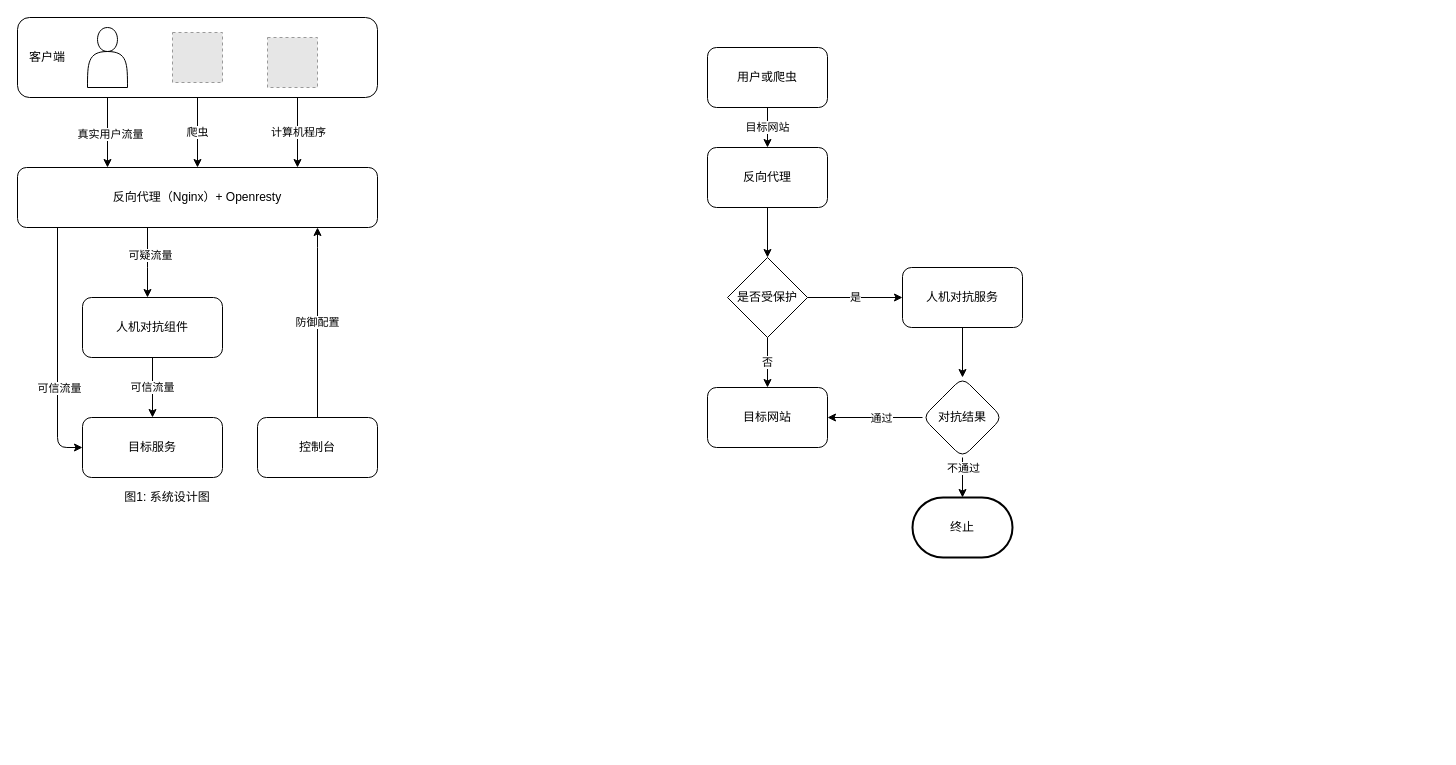
The draw.io diagram page "第 2 页" (2 of 2) of 未命名绘图.drawio in luxiao/luxiao, before the edit. Source tidied: cells renumbered, new cells numbered last; positions are measured from the earlier drawing's top-left corner, leaving out a move shared by most shapes. Both pictures are drawn from the tidied source at 100%, with x=0, y=0 at pixel (17, 17). Pictures stored in the file or linked from it are replaced by grey dashed boxes.
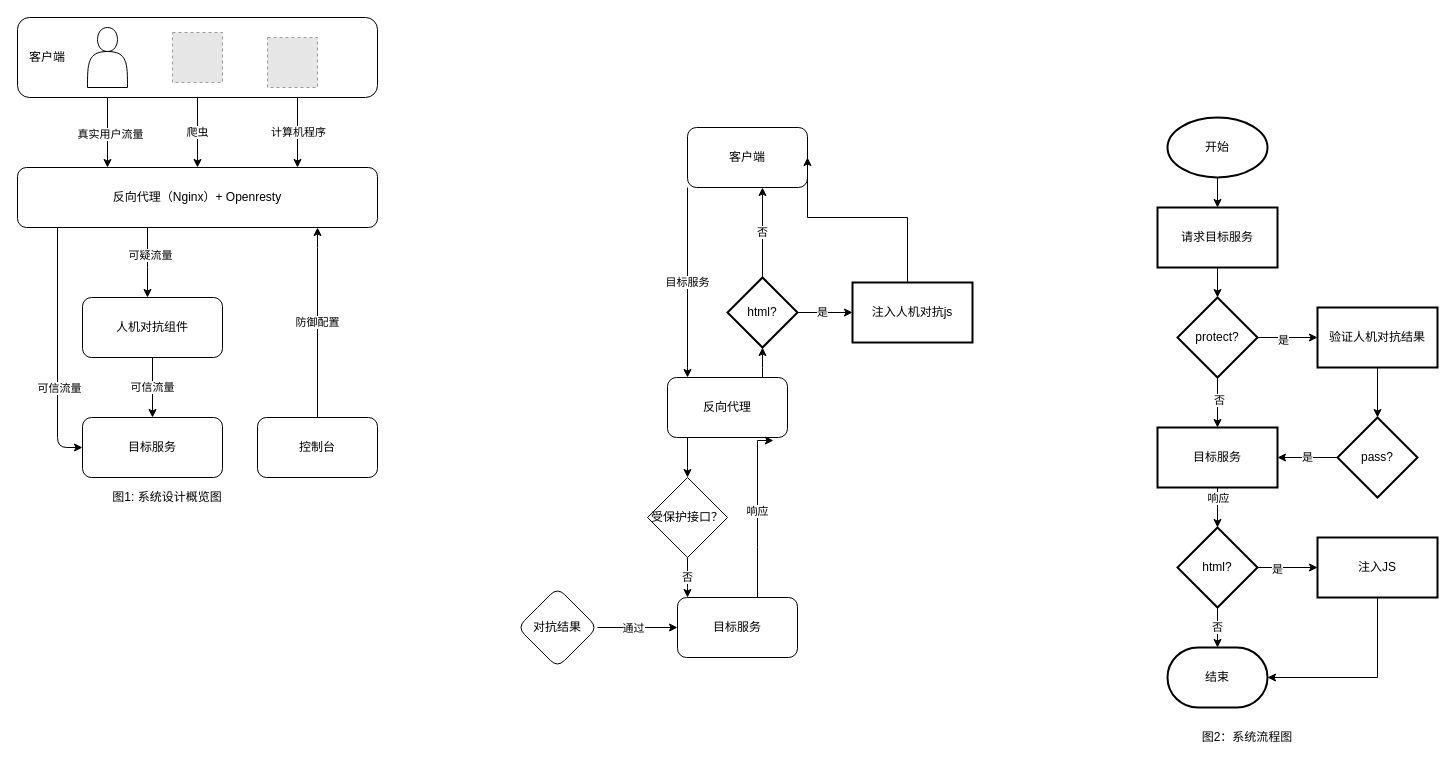
The same diagram, later.

Commit message:
更新未命名绘图.drawio

The edit, as a diff of the source:
```diff
@@
-    <mxCell id="22" value="图1: 系统设计图" style="text;html=1;strokeColor=none;fillColor=none;align=center;verticalAlign=middle;whiteSpace=wrap;rounded=0;" parent="1" vertex="1">
+    <mxCell id="22" value="图1: 系统设计概览图" style="text;html=1;strokeColor=none;fillColor=none;align=center;verticalAlign=middle;whiteSpace=wrap;rounded=0;" parent="1" vertex="1">
       <mxGeometry x="65" y="470" width="170" height="20" as="geometry" />
     </mxCell>
     <mxCell id="23" style="edgeStyle=orthogonalEdgeStyle;rounded=0;jettySize=auto;html=1;" parent="1" edge="1" source="24" target="28">
-      <mxGeometry relative="1" as="geometry" />
+      <mxGeometry relative="1" as="geometry">
+        <Array as="points">
+          <mxPoint x="670" y="450" />
+          <mxPoint x="670" y="450" />
+        </Array>
+      </mxGeometry>
     </mxCell>
+    <mxCell id="39" style="edgeStyle=orthogonalEdgeStyle;rounded=0;jettySize=auto;html=1;" parent="1" edge="1" source="24" target="44">
+      <mxGeometry relative="1" as="geometry">
+        <Array as="points">
+          <mxPoint x="745" y="350" />
+          <mxPoint x="745" y="350" />
+        </Array>
+      </mxGeometry>
+    </mxCell>
     <mxCell id="24" value="反向代理" style="rounded=1;whiteSpace=wrap;html=1;" parent="1" vertex="1">
-      <mxGeometry x="690" y="130" width="120" height="60" as="geometry" />
+      <mxGeometry x="650" y="360" width="120" height="60" as="geometry" />
     </mxCell>
+    <mxCell id="40" value="响应" style="edgeStyle=orthogonalEdgeStyle;rounded=0;jettySize=auto;html=1;entryX=0.883;entryY=1.05;entryDx=0;entryDy=0;entryPerimeter=0;" parent="1" edge="1" source="25" target="24">
+      <mxGeometry relative="1" as="geometry">
+        <Array as="points">
+          <mxPoint x="740" y="530" />
+          <mxPoint x="740" y="530" />
+        </Array>
+      </mxGeometry>
+    </mxCell>
-    <mxCell id="25" value="目标网站" style="rounded=1;whiteSpace=wrap;html=1;" parent="1" vertex="1">
-      <mxGeometry x="690" y="370" width="120" height="60" as="geometry" />
+    <mxCell id="25" value="目标服务" style="rounded=1;whiteSpace=wrap;html=1;" parent="1" vertex="1">
+      <mxGeometry x="660" y="580" width="120" height="60" as="geometry" />
     </mxCell>
     <mxCell id="26" value="否" style="edgeStyle=orthogonalEdgeStyle;rounded=0;jettySize=auto;html=1;" parent="1" edge="1" source="28" target="25">
-      <mxGeometry relative="1" as="geometry" />
+      <mxGeometry relative="1" as="geometry">
+        <Array as="points">
+          <mxPoint x="670" y="570" />
+          <mxPoint x="670" y="570" />
+        </Array>
+      </mxGeometry>
     </mxCell>
-    <mxCell id="27" value="是" style="edgeStyle=orthogonalEdgeStyle;rounded=0;jettySize=auto;html=1;" parent="1" edge="1" source="28" target="30">
-      <mxGeometry relative="1" as="geometry" />
-    </mxCell>
-    <mxCell id="28" value="是否受保护" style="rhombus;whiteSpace=wrap;html=1;" parent="1" vertex="1">
-      <mxGeometry x="710" y="240" width="80" height="80" as="geometry" />
+    <mxCell id="28" value="受保护接口？" style="rhombus;whiteSpace=wrap;html=1;" parent="1" vertex="1">
+      <mxGeometry x="630" y="460" width="80" height="80" as="geometry" />
     </mxCell>
-    <mxCell id="29" style="edgeStyle=orthogonalEdgeStyle;rounded=0;jettySize=auto;html=1;" parent="1" edge="1" source="30" target="37">
-      <mxGeometry relative="1" as="geometry" />
-    </mxCell>
-    <mxCell id="30" value="人机对抗服务" style="rounded=1;whiteSpace=wrap;html=1;" parent="1" vertex="1">
-      <mxGeometry x="885" y="250" width="120" height="60" as="geometry" />
-    </mxCell>
-    <mxCell id="31" value="目标网站" style="edgeStyle=orthogonalEdgeStyle;rounded=0;jettySize=auto;html=1;" parent="1" edge="1" source="32" target="24">
-      <mxGeometry relative="1" as="geometry" />
+    <mxCell id="31" value="目标服务" style="edgeStyle=orthogonalEdgeStyle;rounded=0;jettySize=auto;html=1;" parent="1" edge="1" source="32" target="24">
+      <mxGeometry relative="1" as="geometry">
+        <Array as="points">
+          <mxPoint x="670" y="350" />
+          <mxPoint x="670" y="350" />
+        </Array>
+      </mxGeometry>
     </mxCell>
-    <mxCell id="32" value="用户或爬虫" style="rounded=1;whiteSpace=wrap;html=1;" parent="1" vertex="1">
-      <mxGeometry x="690" y="30" width="120" height="60" as="geometry" />
+    <mxCell id="32" value="客户端" style="rounded=1;whiteSpace=wrap;html=1;" parent="1" vertex="1">
+      <mxGeometry x="670" y="110" width="120" height="60" as="geometry" />
     </mxCell>
@@
-    <mxCell id="35" style="edgeStyle=orthogonalEdgeStyle;rounded=0;jettySize=auto;html=1;" parent="1" edge="1" source="37" target="38">
-      <mxGeometry relative="1" as="geometry" />
-    </mxCell>
-    <mxCell id="36" value="不通过" style="edgeLabel;html=1;align=center;verticalAlign=middle;" parent="35" vertex="1">
-      <mxGeometry x="-0.7" y="1" relative="1" as="geometry">
-        <mxPoint x="-1" y="4" as="offset" />
-      </mxGeometry>
-    </mxCell>
     <mxCell id="37" value="对抗结果" style="rhombus;whiteSpace=wrap;html=1;rounded=1;" parent="1" vertex="1">
-      <mxGeometry x="905" y="360" width="80" height="80" as="geometry" />
+      <mxGeometry x="500" y="570" width="80" height="80" as="geometry" />
     </mxCell>
-    <mxCell id="38" value="终止" style="strokeWidth=2;html=1;shape=mxgraph.flowchart.terminator;whiteSpace=wrap;" parent="1" vertex="1">
-      <mxGeometry x="895" y="480" width="100" height="60" as="geometry" />
-    </mxCell>
+    <mxCell id="41" value="否" style="edgeStyle=orthogonalEdgeStyle;rounded=0;jettySize=auto;html=1;" parent="1" edge="1" source="44" target="32">
+      <mxGeometry relative="1" as="geometry">
+        <Array as="points">
+          <mxPoint x="745" y="210" />
+          <mxPoint x="745" y="210" />
+        </Array>
+      </mxGeometry>
+    </mxCell>
+    <mxCell id="42" style="edgeStyle=orthogonalEdgeStyle;rounded=0;jettySize=auto;html=1;" parent="1" edge="1" source="44" target="46">
+      <mxGeometry relative="1" as="geometry" />
+    </mxCell>
+    <mxCell id="43" value="是" style="edgeLabel;html=1;align=center;verticalAlign=middle;" parent="42" vertex="1">
+      <mxGeometry x="-0.13" y="1" relative="1" as="geometry" />
+    </mxCell>
+    <mxCell id="44" value="html?" style="strokeWidth=2;html=1;shape=mxgraph.flowchart.decision;whiteSpace=wrap;" parent="1" vertex="1">
+      <mxGeometry x="710" y="260" width="70" height="70" as="geometry" />
+    </mxCell>
+    <mxCell id="45" style="edgeStyle=orthogonalEdgeStyle;rounded=0;jettySize=auto;html=1;entryX=1;entryY=0.5;entryDx=0;entryDy=0;" parent="1" edge="1" source="46" target="32">
+      <mxGeometry relative="1" as="geometry">
+        <Array as="points">
+          <mxPoint x="890" y="200" />
+        </Array>
+      </mxGeometry>
+    </mxCell>
+    <mxCell id="46" value="注入人机对抗js" style="whiteSpace=wrap;html=1;strokeWidth=2;" parent="1" vertex="1">
+      <mxGeometry x="835" y="265" width="120" height="60" as="geometry" />
+    </mxCell>
+    <mxCell id="47" style="edgeStyle=orthogonalEdgeStyle;rounded=0;jettySize=auto;html=1;" parent="1" edge="1" source="48" target="50">
+      <mxGeometry relative="1" as="geometry" />
+    </mxCell>
+    <mxCell id="48" value="开始" style="strokeWidth=2;html=1;shape=mxgraph.flowchart.start_1;whiteSpace=wrap;" parent="1" vertex="1">
+      <mxGeometry x="1150" y="100" width="100" height="60" as="geometry" />
+    </mxCell>
+    <mxCell id="49" style="edgeStyle=orthogonalEdgeStyle;rounded=0;jettySize=auto;html=1;" parent="1" edge="1" source="50" target="55">
+      <mxGeometry relative="1" as="geometry" />
+    </mxCell>
+    <mxCell id="50" value="请求目标服务" style="whiteSpace=wrap;html=1;strokeWidth=2;" parent="1" vertex="1">
+      <mxGeometry x="1140" y="190" width="120" height="60" as="geometry" />
+    </mxCell>
+    <mxCell id="51" style="edgeStyle=orthogonalEdgeStyle;rounded=0;jettySize=auto;html=1;" parent="1" edge="1" source="55" target="58">
+      <mxGeometry relative="1" as="geometry" />
+    </mxCell>
+    <mxCell id="52" value="否" style="edgeLabel;html=1;align=center;verticalAlign=middle;" parent="51" vertex="1">
+      <mxGeometry x="-0.13" y="1" relative="1" as="geometry" />
+    </mxCell>
+    <mxCell id="53" style="edgeStyle=orthogonalEdgeStyle;rounded=0;jettySize=auto;html=1;" parent="1" edge="1" source="55" target="67">
+      <mxGeometry relative="1" as="geometry" />
+    </mxCell>
+    <mxCell id="54" value="是" style="edgeLabel;html=1;align=center;verticalAlign=middle;" parent="53" vertex="1">
+      <mxGeometry x="-0.17" y="-2" relative="1" as="geometry" />
+    </mxCell>
+    <mxCell id="55" value="protect?" style="rhombus;whiteSpace=wrap;html=1;strokeWidth=2;" parent="1" vertex="1">
+      <mxGeometry x="1160" y="280" width="80" height="80" as="geometry" />
+    </mxCell>
+    <mxCell id="56" style="edgeStyle=orthogonalEdgeStyle;rounded=0;jettySize=auto;html=1;" parent="1" edge="1" source="58" target="62">
+      <mxGeometry relative="1" as="geometry" />
+    </mxCell>
+    <mxCell id="57" value="响应" style="edgeLabel;html=1;align=center;verticalAlign=middle;" parent="56" vertex="1">
+      <mxGeometry x="-0.54" y="1" relative="1" as="geometry">
+        <mxPoint x="-1" y="1" as="offset" />
+      </mxGeometry>
+    </mxCell>
+    <mxCell id="58" value="目标服务" style="whiteSpace=wrap;html=1;strokeWidth=2;" parent="1" vertex="1">
+      <mxGeometry x="1140" y="410" width="120" height="60" as="geometry" />
+    </mxCell>
+    <mxCell id="59" value="否" style="edgeStyle=orthogonalEdgeStyle;rounded=0;jettySize=auto;html=1;" parent="1" edge="1" source="62" target="63">
+      <mxGeometry relative="1" as="geometry" />
+    </mxCell>
+    <mxCell id="60" style="edgeStyle=orthogonalEdgeStyle;rounded=0;jettySize=auto;html=1;" parent="1" edge="1" source="62" target="65">
+      <mxGeometry relative="1" as="geometry" />
+    </mxCell>
+    <mxCell id="61" value="是" style="edgeLabel;html=1;align=center;verticalAlign=middle;" parent="60" vertex="1">
+      <mxGeometry x="-0.37" y="-1" relative="1" as="geometry" />
+    </mxCell>
+    <mxCell id="62" value="html?" style="rhombus;whiteSpace=wrap;html=1;strokeWidth=2;" parent="1" vertex="1">
+      <mxGeometry x="1160" y="510" width="80" height="80" as="geometry" />
+    </mxCell>
+    <mxCell id="63" value="结束" style="strokeWidth=2;html=1;shape=mxgraph.flowchart.terminator;whiteSpace=wrap;" parent="1" vertex="1">
+      <mxGeometry x="1150" y="630" width="100" height="60" as="geometry" />
+    </mxCell>
+    <mxCell id="64" style="edgeStyle=orthogonalEdgeStyle;rounded=0;jettySize=auto;html=1;entryX=1;entryY=0.5;entryDx=0;entryDy=0;entryPerimeter=0;" parent="1" edge="1" source="65" target="63">
+      <mxGeometry relative="1" as="geometry">
+        <Array as="points">
+          <mxPoint x="1360" y="660" />
+        </Array>
+      </mxGeometry>
+    </mxCell>
+    <mxCell id="65" value="注入JS" style="whiteSpace=wrap;html=1;strokeWidth=2;" parent="1" vertex="1">
+      <mxGeometry x="1300" y="520" width="120" height="60" as="geometry" />
+    </mxCell>
+    <mxCell id="66" style="edgeStyle=orthogonalEdgeStyle;rounded=0;jettySize=auto;html=1;" parent="1" edge="1" source="67" target="68">
+      <mxGeometry relative="1" as="geometry" />
+    </mxCell>
+    <mxCell id="67" value="验证人机对抗结果" style="whiteSpace=wrap;html=1;strokeWidth=2;" parent="1" vertex="1">
+      <mxGeometry x="1300" y="290" width="120" height="60" as="geometry" />
+    </mxCell>
+    <mxCell id="27" value="是" style="edgeStyle=orthogonalEdgeStyle;rounded=0;jettySize=auto;html=1;" parent="1" edge="1" source="68" target="58">
+      <mxGeometry relative="1" as="geometry" />
+    </mxCell>
+    <mxCell id="68" value="pass?" style="rhombus;whiteSpace=wrap;html=1;strokeWidth=2;" parent="1" vertex="1">
+      <mxGeometry x="1320" y="400" width="80" height="80" as="geometry" />
+    </mxCell>
+    <mxCell id="69" value="图2：系统流程图" style="text;html=1;strokeColor=none;fillColor=none;align=center;verticalAlign=middle;whiteSpace=wrap;rounded=0;" parent="1" vertex="1">
+      <mxGeometry x="1170" y="710" width="120" height="20" as="geometry" />
+    </mxCell>
```
